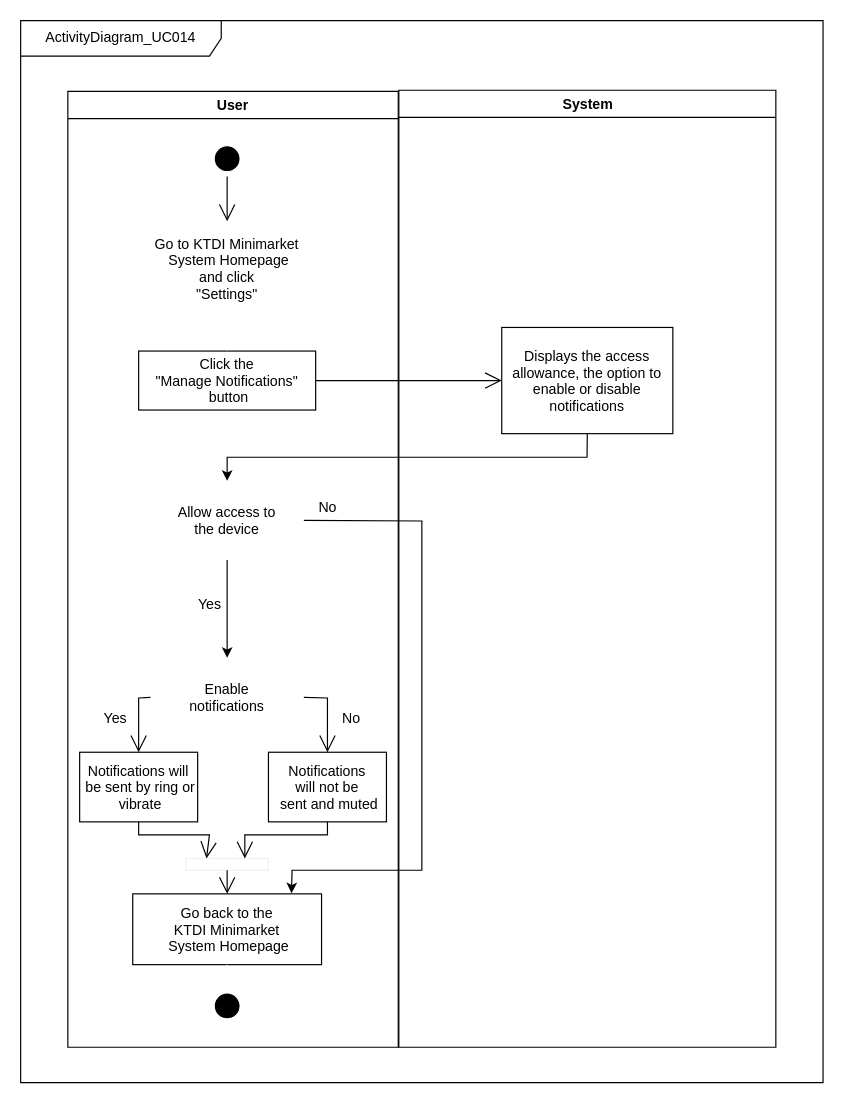
This is proposal/submission/sec02/Allen/UC014/UC014_ActivityDiagram.drawio from drshahizan/software-engineering, a draw.io file, before an edit. Source tidied: cells renumbered, new cells numbered last; positions are measured from the earlier drawing's top-left corner, leaving out a move shared by most shapes. Both pictures are drawn from the tidied source at 118%, with x=0, y=0 at pixel (20, 20).
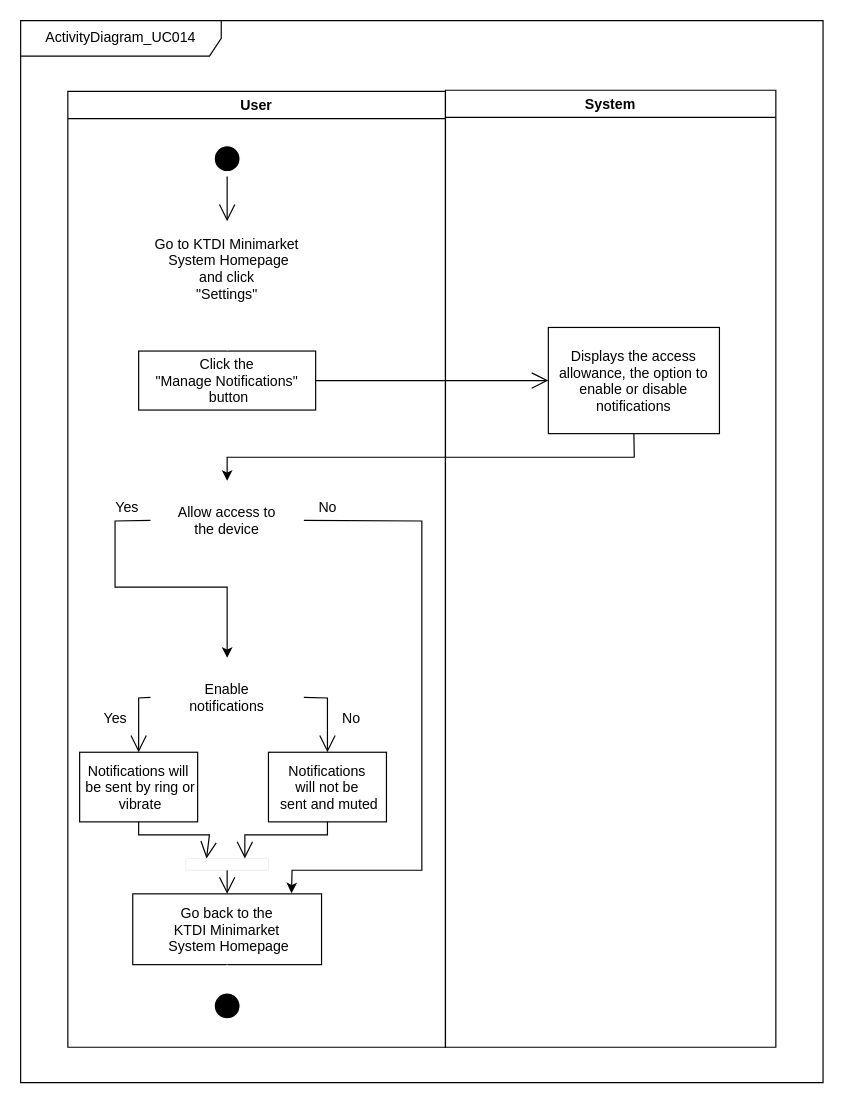
The same diagram, later.

Unchanged cells that the change refers to:
```xml
<mxCell id="12" value="Enable&#10;notifications" style="rhombus;fillColor=none;strokeColor=#FFFFFF;" parent="3" vertex="1">
  <mxGeometry x="70" y="480" width="130" height="67" as="geometry" />
</mxCell>
<mxCell id="23" value="Allow access to&#10;the device" style="rhombus;fillColor=none;strokeColor=#FFFFFF;" parent="3" vertex="1">
  <mxGeometry x="70" y="330" width="130" height="67" as="geometry" />
</mxCell>
<mxCell id="29" value="Displays the access&#10;allowance, the option to&#10;enable or disable&#10;notifications" parent="28" vertex="1">
  <mxGeometry x="87.2" y="201" width="145" height="90" as="geometry" />
</mxCell>
```

Diff of the diagram source:
```diff
@@
     <mxCell id="3" value="User" style="swimlane;whiteSpace=wrap;" parent="1" vertex="1">
-      <mxGeometry x="40" y="60" width="280" height="810" as="geometry" />
+      <mxGeometry x="40" y="60" width="320" height="810" as="geometry" />
     </mxCell>
@@
-    <mxCell id="24" style="endArrow=classic;html=1;rounded=0;exitX=0.5;exitY=1;exitDx=0;exitDy=0;entryX=0.5;entryY=0;entryDx=0;entryDy=0;" parent="3" edge="1" source="23" target="12">
-      <mxGeometry relative="1" as="geometry" />
+    <mxCell id="24" style="endArrow=classic;html=1;rounded=0;exitX=0;exitY=0.5;exitDx=0;exitDy=0;entryX=0.5;entryY=0;entryDx=0;entryDy=0;" parent="3" edge="1" source="23" target="12">
+      <mxGeometry relative="1" as="geometry">
+        <Array as="points">
+          <mxPoint x="40" y="364" />
+          <mxPoint x="40" y="420" />
+          <mxPoint x="135" y="420" />
+        </Array>
+      </mxGeometry>
     </mxCell>
@@
     <mxCell id="26" value="Yes" style="text;html=1;align=center;verticalAlign=middle;strokeColor=none;fillColor=none;" parent="3" vertex="1">
-      <mxGeometry x="100" y="420" width="40" height="30" as="geometry" />
+      <mxGeometry x="30" y="338" width="40" height="30" as="geometry" />
     </mxCell>
@@
     <mxCell id="28" value="System" style="swimlane;whiteSpace=wrap;" parent="1" vertex="1">
-      <mxGeometry x="320.5" y="59" width="319.5" height="811" as="geometry" />
+      <mxGeometry x="360" y="59" width="280" height="811" as="geometry" />
     </mxCell>
@@
     <mxCell id="31" style="endArrow=classic;html=1;rounded=0;exitX=0.5;exitY=1;exitDx=0;exitDy=0;entryX=0.5;entryY=0;entryDx=0;entryDy=0;" parent="1" edge="1" source="29" target="23">
       <mxGeometry relative="1" as="geometry">
         <Array as="points">
-          <mxPoint x="480" y="370" />
+          <mxPoint x="520" y="370" />
           <mxPoint x="175" y="370" />
         </Array>
       </mxGeometry>
     </mxCell>
```
